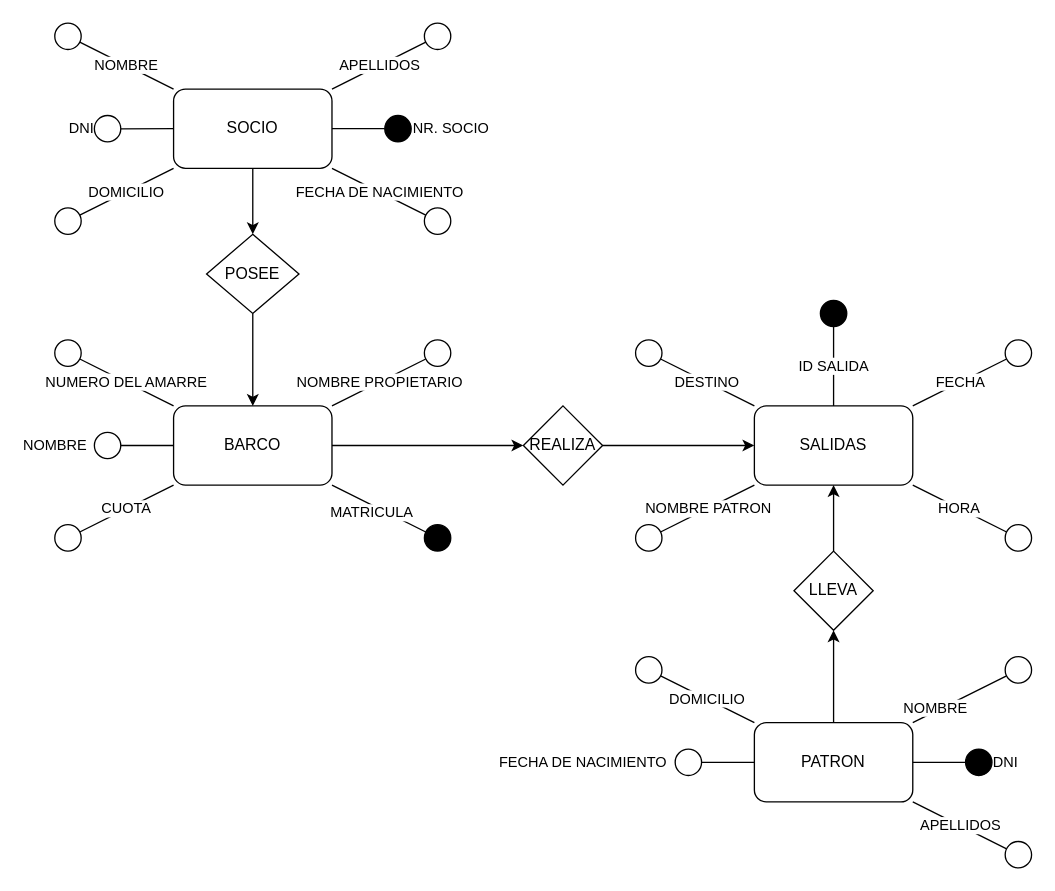
Above: page "Page-3" (3 of 4) of Untitled Diagram.drawio in Carlo500/abril23 (draw.io), before the change. Source tidied: cells renumbered, new cells numbered last; positions are measured from the earlier drawing's top-left corner, leaving out a move shared by most shapes. Both pictures are drawn from the tidied source at 132%, with x=0, y=0 at pixel (54, 22).
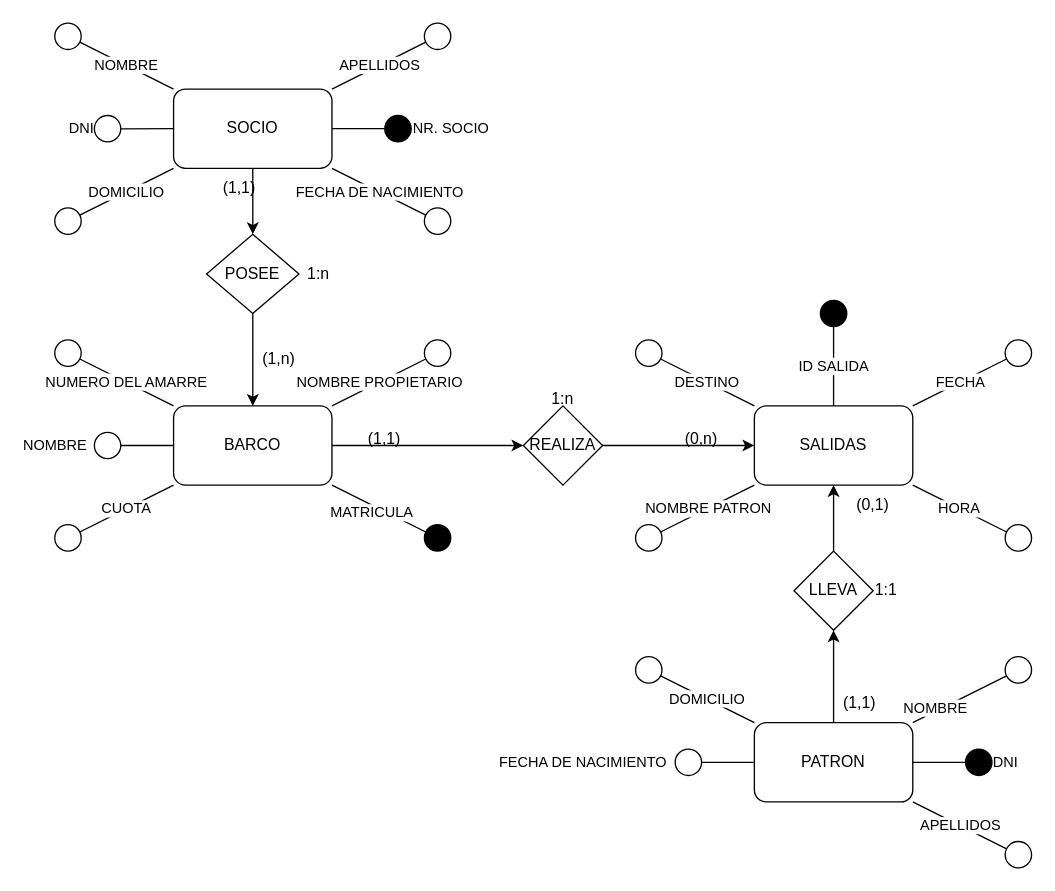
The same diagram, later.

What changed in the source:
```diff
@@
+    <mxCell id="61" value="(1,n)" style="text;html=1;align=center;verticalAlign=middle;whiteSpace=wrap;rounded=0;" parent="1" vertex="1">
+      <mxGeometry x="140" y="240" width="60" height="30" as="geometry" />
+    </mxCell>
+    <mxCell id="62" value="(1,1)" style="text;html=1;align=center;verticalAlign=middle;whiteSpace=wrap;rounded=0;" parent="1" vertex="1">
+      <mxGeometry x="220" y="300" width="60" height="30" as="geometry" />
+    </mxCell>
+    <mxCell id="63" value="(1,1)" style="text;html=1;align=center;verticalAlign=middle;whiteSpace=wrap;rounded=0;" parent="1" vertex="1">
+      <mxGeometry x="110" y="110" width="60" height="30" as="geometry" />
+    </mxCell>
+    <mxCell id="64" value="1:n" style="text;html=1;align=center;verticalAlign=middle;whiteSpace=wrap;rounded=0;" parent="1" vertex="1">
+      <mxGeometry x="170" y="175" width="60" height="30" as="geometry" />
+    </mxCell>
+    <mxCell id="65" value="1:n" style="text;html=1;align=center;verticalAlign=middle;whiteSpace=wrap;rounded=0;" parent="1" vertex="1">
+      <mxGeometry x="355" y="270" width="60" height="30" as="geometry" />
+    </mxCell>
+    <mxCell id="66" value="(0,n)" style="text;html=1;align=center;verticalAlign=middle;whiteSpace=wrap;rounded=0;" parent="1" vertex="1">
+      <mxGeometry x="460" y="300" width="60" height="30" as="geometry" />
+    </mxCell>
+    <mxCell id="67" value="1:1" style="text;html=1;align=center;verticalAlign=middle;whiteSpace=wrap;rounded=0;" parent="1" vertex="1">
+      <mxGeometry x="600" y="415" width="60" height="30" as="geometry" />
+    </mxCell>
+    <mxCell id="68" value="(0,1)" style="text;html=1;align=center;verticalAlign=middle;whiteSpace=wrap;rounded=0;" parent="1" vertex="1">
+      <mxGeometry x="590" y="350" width="60" height="30" as="geometry" />
+    </mxCell>
+    <mxCell id="69" value="(1,1)" style="text;html=1;align=center;verticalAlign=middle;whiteSpace=wrap;rounded=0;" parent="1" vertex="1">
+      <mxGeometry x="580" y="500" width="60" height="30" as="geometry" />
+    </mxCell>
```
